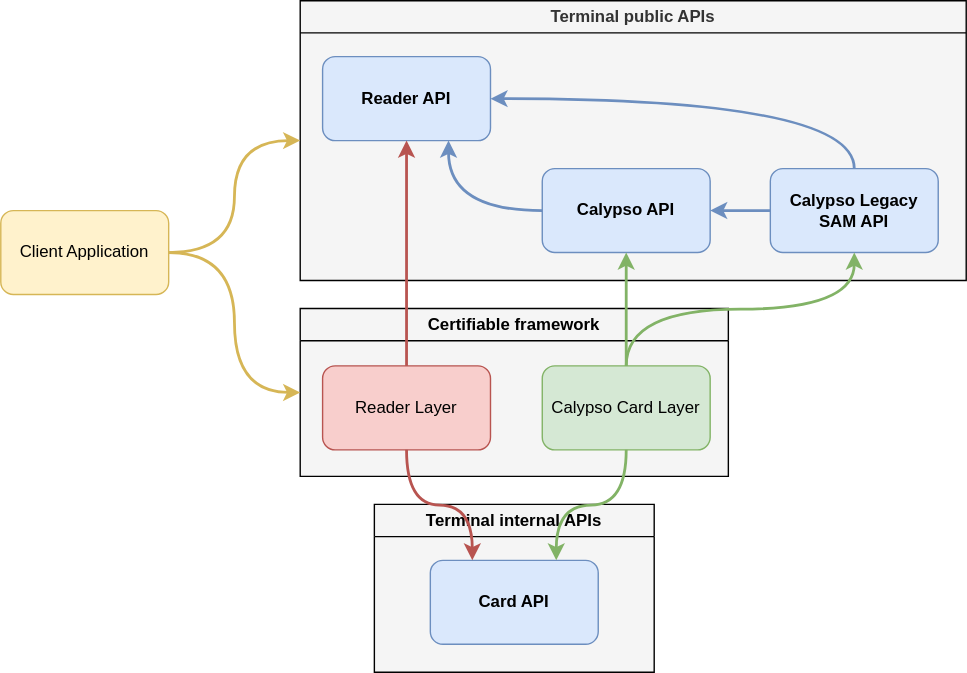
calypsonet/calypsonet-terminal-api-website keeps this draw.io diagram as static/media/uml/apis_dependencies_overview.drawio.svg. Above is the earlier version. Source tidied: cells renumbered, new cells last; positions are measured from the earlier drawing's top-left corner, leaving out a move shared by most shapes.
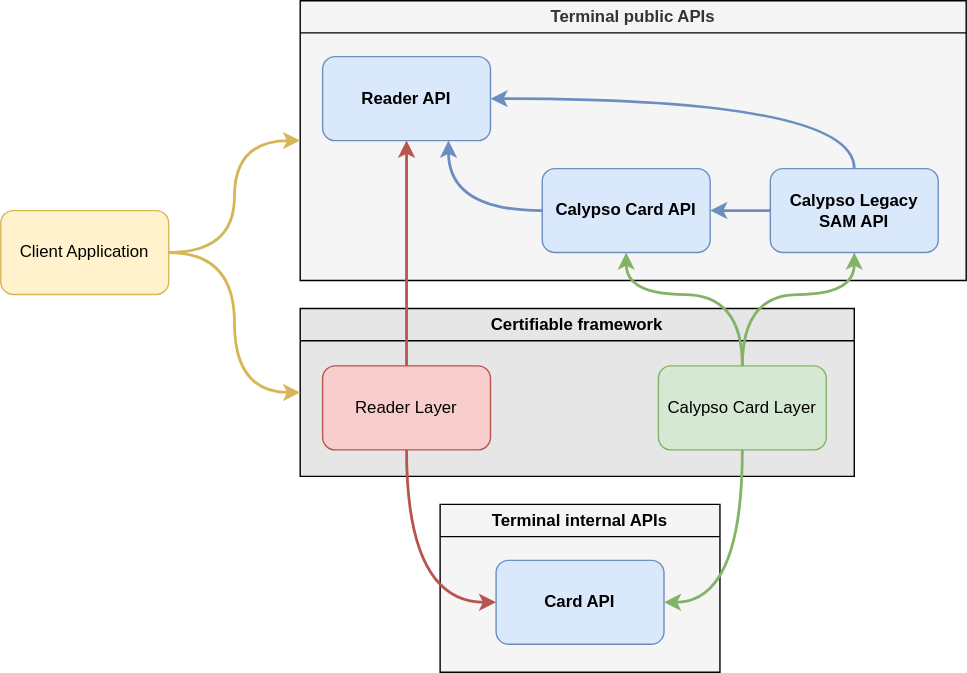
After the change.

What changed in the source:
```diff
@@ -20,23 +20,23 @@
     <mxCell id="7" style="edgeStyle=orthogonalEdgeStyle;jettySize=auto;html=1;entryX=0.75;entryY=1;entryDx=0;entryDy=0;curved=1;fillColor=#dae8fc;strokeColor=#6c8ebf;strokeWidth=2;" parent="2" edge="1" source="8" target="3">
       <mxGeometry relative="1" as="geometry" />
     </mxCell>
-    <mxCell id="8" value="Calypso API" style="rounded=1;whiteSpace=wrap;html=1;fillColor=#dae8fc;strokeColor=#6c8ebf;fontStyle=1;" parent="2" vertex="1">
+    <mxCell id="8" value="Calypso Card API" style="rounded=1;whiteSpace=wrap;html=1;fillColor=#dae8fc;strokeColor=#6c8ebf;fontStyle=1;" parent="2" vertex="1">
       <mxGeometry x="173" y="120" width="120" height="60" as="geometry" />
     </mxCell>
     <mxCell id="9" value="Terminal internal APIs" style="swimlane;whiteSpace=wrap;html=1;fillColor=#F5F5F5;swimlaneFillColor=#F5F5F5;" parent="1" vertex="1">
-      <mxGeometry x="267" y="360" width="200" height="120" as="geometry" />
+      <mxGeometry x="314" y="360" width="200" height="120" as="geometry" />
     </mxCell>
     <mxCell id="10" value="Card API" style="rounded=1;whiteSpace=wrap;html=1;fillColor=#dae8fc;strokeColor=#6c8ebf;fontStyle=1;" parent="9" vertex="1">
       <mxGeometry x="40" y="40" width="120" height="60" as="geometry" />
     </mxCell>
-    <mxCell id="11" value="Certifiable framework" style="swimlane;whiteSpace=wrap;html=1;fillColor=#F5F5F5;swimlaneFillColor=#F5F5F5;" parent="1" vertex="1">
-      <mxGeometry x="214" y="220" width="306" height="120" as="geometry" />
+    <mxCell id="11" value="Certifiable framework" style="swimlane;whiteSpace=wrap;html=1;fillColor=#E6E6E6;swimlaneFillColor=#E6E6E6;" parent="1" vertex="1">
+      <mxGeometry x="214" y="220" width="396" height="120" as="geometry" />
     </mxCell>
     <mxCell id="12" value="Reader Layer" style="rounded=1;whiteSpace=wrap;html=1;fillColor=#f8cecc;strokeColor=#b85450;" parent="11" vertex="1">
       <mxGeometry x="16" y="41" width="120" height="60" as="geometry" />
     </mxCell>
     <mxCell id="13" value="Calypso Card Layer" style="rounded=1;whiteSpace=wrap;html=1;fillColor=#d5e8d4;strokeColor=#82b366;" parent="11" vertex="1">
-      <mxGeometry x="173" y="41" width="120" height="60" as="geometry" />
+      <mxGeometry x="256" y="41" width="120" height="60" as="geometry" />
     </mxCell>
     <mxCell id="14" style="edgeStyle=orthogonalEdgeStyle;jettySize=auto;html=1;entryX=0;entryY=0.5;entryDx=0;entryDy=0;curved=1;fillColor=#fff2cc;strokeColor=#d6b656;strokeWidth=2;" parent="1" edge="1" source="16" target="2">
       <mxGeometry relative="1" as="geometry" />
@@ -47,20 +47,30 @@
     <mxCell id="16" value="Client Application" style="rounded=1;whiteSpace=wrap;html=1;fillColor=#fff2cc;strokeColor=#d6b656;" parent="1" vertex="1">
       <mxGeometry y="150" width="120" height="60" as="geometry" />
     </mxCell>
-    <mxCell id="17" style="edgeStyle=orthogonalEdgeStyle;jettySize=auto;html=1;entryX=0.25;entryY=0;entryDx=0;entryDy=0;curved=1;fillColor=#f8cecc;strokeColor=#b85450;strokeWidth=2;" parent="1" edge="1" source="12" target="10">
+    <mxCell id="17" style="edgeStyle=orthogonalEdgeStyle;jettySize=auto;html=1;entryX=0;entryY=0.5;entryDx=0;entryDy=0;curved=1;fillColor=#f8cecc;strokeColor=#b85450;strokeWidth=2;exitX=0.5;exitY=1;exitDx=0;exitDy=0;" parent="1" edge="1" source="12" target="10">
       <mxGeometry relative="1" as="geometry" />
     </mxCell>
-    <mxCell id="18" style="edgeStyle=orthogonalEdgeStyle;jettySize=auto;html=1;entryX=0.75;entryY=0;entryDx=0;entryDy=0;exitX=0.5;exitY=1;exitDx=0;exitDy=0;curved=1;fillColor=#d5e8d4;strokeColor=#82b366;strokeWidth=2;" parent="1" edge="1" source="13" target="10">
+    <mxCell id="18" style="edgeStyle=orthogonalEdgeStyle;jettySize=auto;html=1;entryX=1;entryY=0.5;entryDx=0;entryDy=0;exitX=0.5;exitY=1;exitDx=0;exitDy=0;curved=1;fillColor=#d5e8d4;strokeColor=#82b366;strokeWidth=2;" parent="1" edge="1" source="13" target="10">
       <mxGeometry relative="1" as="geometry" />
     </mxCell>
     <mxCell id="19" style="edgeStyle=orthogonalEdgeStyle;rounded=0;jettySize=auto;html=1;entryX=0.5;entryY=1;entryDx=0;entryDy=0;exitX=0.5;exitY=0;exitDx=0;exitDy=0;fillColor=#f8cecc;strokeColor=#b85450;strokeWidth=2;" parent="1" edge="1" source="12" target="3">
       <mxGeometry relative="1" as="geometry" />
     </mxCell>
-    <mxCell id="20" style="edgeStyle=orthogonalEdgeStyle;rounded=0;jettySize=auto;html=1;entryX=0.5;entryY=1;entryDx=0;entryDy=0;fillColor=#d5e8d4;strokeColor=#82b366;strokeWidth=2;" parent="1" edge="1" source="13" target="8">
-      <mxGeometry relative="1" as="geometry" />
+    <mxCell id="20" style="edgeStyle=orthogonalEdgeStyle;rounded=0;jettySize=auto;html=1;entryX=0.5;entryY=1;entryDx=0;entryDy=0;fillColor=#d5e8d4;strokeColor=#82b366;strokeWidth=2;curved=1;" parent="1" edge="1" source="13" target="8">
+      <mxGeometry relative="1" as="geometry">
+        <Array as="points">
+          <mxPoint x="530" y="210" />
+          <mxPoint x="447" y="210" />
+        </Array>
+      </mxGeometry>
     </mxCell>
     <mxCell id="21" style="edgeStyle=orthogonalEdgeStyle;jettySize=auto;html=1;entryX=0.5;entryY=1;entryDx=0;entryDy=0;exitX=0.5;exitY=0;exitDx=0;exitDy=0;curved=1;fillColor=#d5e8d4;strokeColor=#82b366;strokeWidth=2;" parent="1" edge="1" source="13" target="6">
-      <mxGeometry relative="1" as="geometry" />
+      <mxGeometry relative="1" as="geometry">
+        <Array as="points">
+          <mxPoint x="530" y="210" />
+          <mxPoint x="610" y="210" />
+        </Array>
+      </mxGeometry>
     </mxCell>
   </root>
 </mxGraphModel>
```
